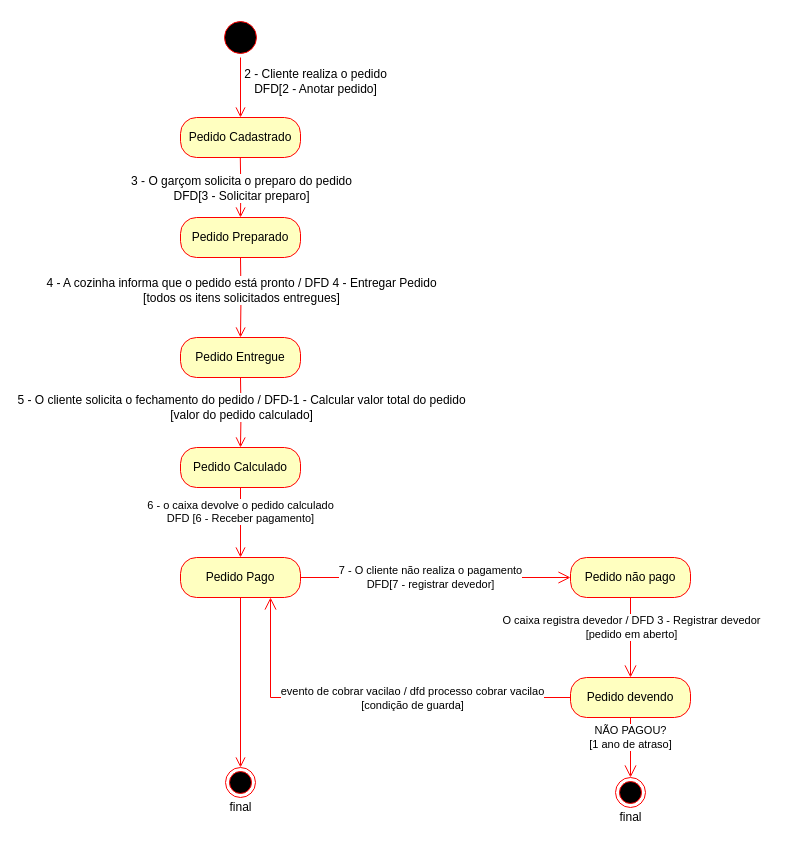
The draw.io diagram docs/ARTEFATOS(15-23)/ATENDER_CLIENTE/cicloDeVidaPedido.drawio in Darienzo08/ope_ads, before the edit. Source tidied: cells renumbered, new cells numbered last; positions are measured from the earlier drawing's top-left corner, leaving out a move shared by most shapes. Both pictures are drawn from the tidied source at 100%, with x=0, y=0 at pixel (180, 17).
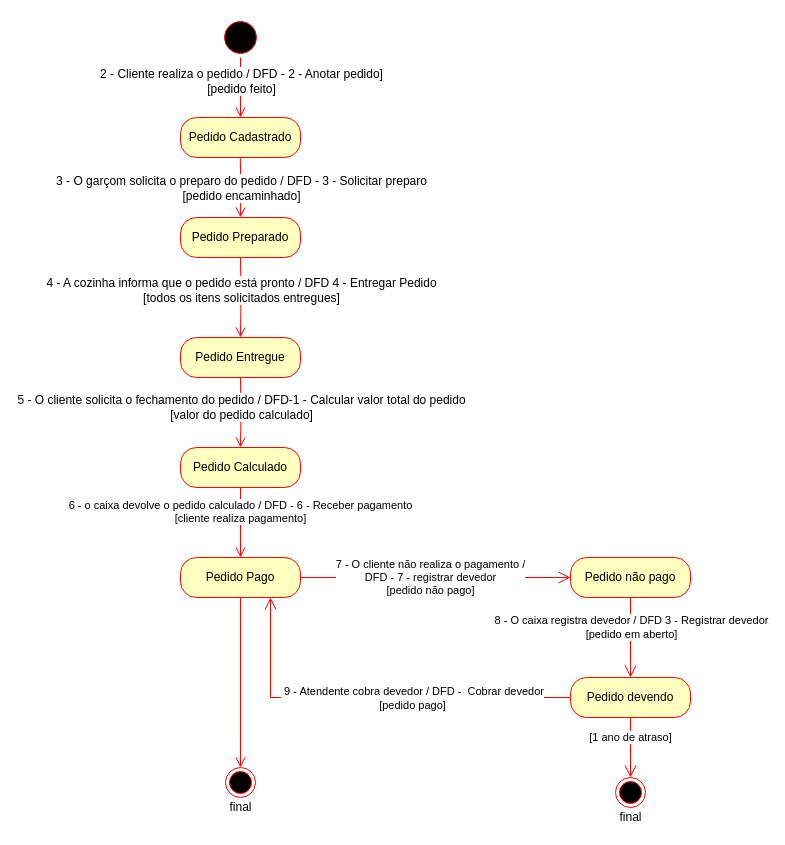
The same diagram, later.

Unchanged cells that the change refers to:
```xml
<mxCell id="4" style="edgeStyle=orthogonalEdgeStyle;html=1;verticalAlign=bottom;endArrow=open;endSize=8;strokeColor=#ff0000;" parent="1" edge="1" source="3" target="6">
  <mxGeometry relative="1" as="geometry">
    <Array as="points">
      <mxPoint x="60" y="110" />
    </Array>
  </mxGeometry>
</mxCell>
<mxCell id="22" value="Pedido não pago" style="rounded=1;whiteSpace=wrap;html=1;arcSize=40;fontColor=#000000;fillColor=#ffffc0;strokeColor=#ff0000;" parent="1" vertex="1">
  <mxGeometry x="390" y="540" width="120" height="40" as="geometry" />
</mxCell>
<mxCell id="23" style="ellipse;html=1;shape=endState;fillColor=#000000;strokeColor=#ff0000;" parent="1" vertex="1">
  <mxGeometry x="435" y="760" width="30" height="30" as="geometry" />
</mxCell>
<mxCell id="26" style="edgeStyle=orthogonalEdgeStyle;rounded=0;jettySize=auto;html=1;entryX=0.75;entryY=1;entryDx=0;entryDy=0;strokeColor=#FF0000;endArrow=open;endFill=0;endSize=10;" parent="1" edge="1" source="29" target="14">
  <mxGeometry relative="1" as="geometry" />
</mxCell>
<mxCell id="29" value="Pedido devendo" style="rounded=1;whiteSpace=wrap;html=1;arcSize=40;fontColor=#000000;fillColor=#ffffc0;strokeColor=#ff0000;" parent="1" vertex="1">
  <mxGeometry x="390" y="660" width="120" height="40" as="geometry" />
</mxCell>
```

Diff of the diagram source:
```diff
@@
-    <mxCell id="5" value="2 - Cliente realiza o pedido&lt;br&gt;DFD[2 - Anotar pedido]" style="text;html=1;align=center;verticalAlign=middle;labelBackgroundColor=#ffffff;" parent="4" vertex="1">
+    <mxCell id="5" value="2 - Cliente realiza o pedido / DFD - 2 - Anotar pedido]&lt;br&gt;[pedido feito]" style="text;html=1;align=center;verticalAlign=middle;labelBackgroundColor=#ffffff;" parent="4" vertex="1">
       <mxGeometry x="1" y="37" relative="1" as="geometry">
-        <mxPoint x="37" y="-37" as="offset" />
+        <mxPoint x="-37" y="-37" as="offset" />
       </mxGeometry>
     </mxCell>
@@
-    <mxCell id="16" value="3 - O garçom solicita o preparo do pedido&lt;br&gt;DFD[3 - Solicitar preparo]" style="text;html=1;align=center;verticalAlign=middle;labelBackgroundColor=#ffffff;" parent="1" vertex="1">
+    <mxCell id="16" value="3 - O garçom solicita o preparo do pedido / DFD - 3 - Solicitar preparo&lt;br&gt;[pedido encaminhado]" style="text;html=1;align=center;verticalAlign=middle;labelBackgroundColor=#ffffff;" parent="1" vertex="1">
       <mxGeometry x="60" y="170" as="geometry" />
     </mxCell>
@@
-    <mxCell id="19" value="6 - o caixa devolve o pedido calculado&lt;br&gt;DFD [6 - Receber pagamento]" style="edgeStyle=orthogonalEdgeStyle;html=1;verticalAlign=bottom;endArrow=open;endSize=8;strokeColor=#ff0000;entryX=0.5;entryY=0;entryDx=0;entryDy=0;" parent="1" edge="1">
+    <mxCell id="19" value="6 - o caixa devolve o pedido calculado / DFD - 6 - Receber pagamento&lt;br&gt;[cliente realiza pagamento]" style="edgeStyle=orthogonalEdgeStyle;html=1;verticalAlign=bottom;endArrow=open;endSize=8;strokeColor=#ff0000;entryX=0.5;entryY=0;entryDx=0;entryDy=0;" parent="1" edge="1">
       <mxGeometry x="0.14" relative="1" as="geometry">
         <mxPoint x="60" y="470" as="sourcePoint" />
         <mxPoint x="60" y="540" as="targetPoint" />
       </mxGeometry>
     </mxCell>
-    <mxCell id="20" value="7 - O cliente não realiza o pagamento&lt;br&gt;DFD[7 - registrar devedor]" style="edgeStyle=orthogonalEdgeStyle;rounded=0;jettySize=auto;html=1;startSize=6;endArrow=open;endFill=0;endSize=10;strokeColor=#FF0000;entryX=0.5;entryY=0;entryDx=0;entryDy=0;" parent="1" edge="1" source="22" target="29">
+    <mxCell id="20" value="7 - O cliente não realiza o pagamento / &lt;br&gt;DFD - 7 - registrar devedor&lt;br&gt;[pedido não pago]" style="edgeStyle=orthogonalEdgeStyle;rounded=0;jettySize=auto;html=1;startSize=6;endArrow=open;endFill=0;endSize=10;strokeColor=#FF0000;entryX=0.5;entryY=0;entryDx=0;entryDy=0;" parent="1" edge="1" source="22" target="29">
       <mxGeometry x="-1" y="-201" relative="1" as="geometry">
         <mxPoint x="1" y="-20" as="offset" />
       </mxGeometry>
     </mxCell>
-    <mxCell id="21" value="O caixa registra devedor / DFD 3 - Registrar devedor&lt;br&gt;[pedido em aberto]" style="edgeLabel;html=1;align=center;verticalAlign=middle;" parent="20" vertex="1">
+    <mxCell id="21" value="8 - O caixa registra devedor / DFD 3 - Registrar devedor&lt;br&gt;[pedido em aberto]" style="edgeLabel;html=1;align=center;verticalAlign=middle;" parent="20" vertex="1">
       <mxGeometry x="-0.34" y="-1" relative="1" as="geometry">
         <mxPoint x="1" y="3.7" as="offset" />
       </mxGeometry>
     </mxCell>
@@
-    <mxCell id="27" value="evento de cobrar vacilao / dfd processo cobrar vacilao&lt;br&gt;[condição de guarda]" style="edgeLabel;html=1;align=center;verticalAlign=middle;" parent="26" vertex="1">
+    <mxCell id="27" value="&amp;nbsp;9 - Atendente cobra devedor / DFD -&amp;nbsp; Cobrar devedor&lt;br&gt;[pedido pago]" style="edgeLabel;html=1;align=center;verticalAlign=middle;" parent="26" vertex="1">
       <mxGeometry x="-0.02" relative="1" as="geometry">
         <mxPoint x="37.2" as="offset" />
       </mxGeometry>
     </mxCell>
-    <mxCell id="28" value="NÃO PAGOU?&lt;br&gt;[1 ano de atraso]" style="edgeStyle=orthogonalEdgeStyle;rounded=0;jettySize=auto;html=1;entryX=0.5;entryY=0;entryDx=0;entryDy=0;endArrow=open;endFill=0;endSize=10;strokeColor=#FF0000;" parent="1" edge="1" source="29" target="23">
+    <mxCell id="28" value="[1 ano de atraso]" style="edgeStyle=orthogonalEdgeStyle;rounded=0;jettySize=auto;html=1;entryX=0.5;entryY=0;entryDx=0;entryDy=0;endArrow=open;endFill=0;endSize=10;strokeColor=#FF0000;" parent="1" edge="1" source="29" target="23">
       <mxGeometry x="-0.33" relative="1" as="geometry" />
     </mxCell>
```
